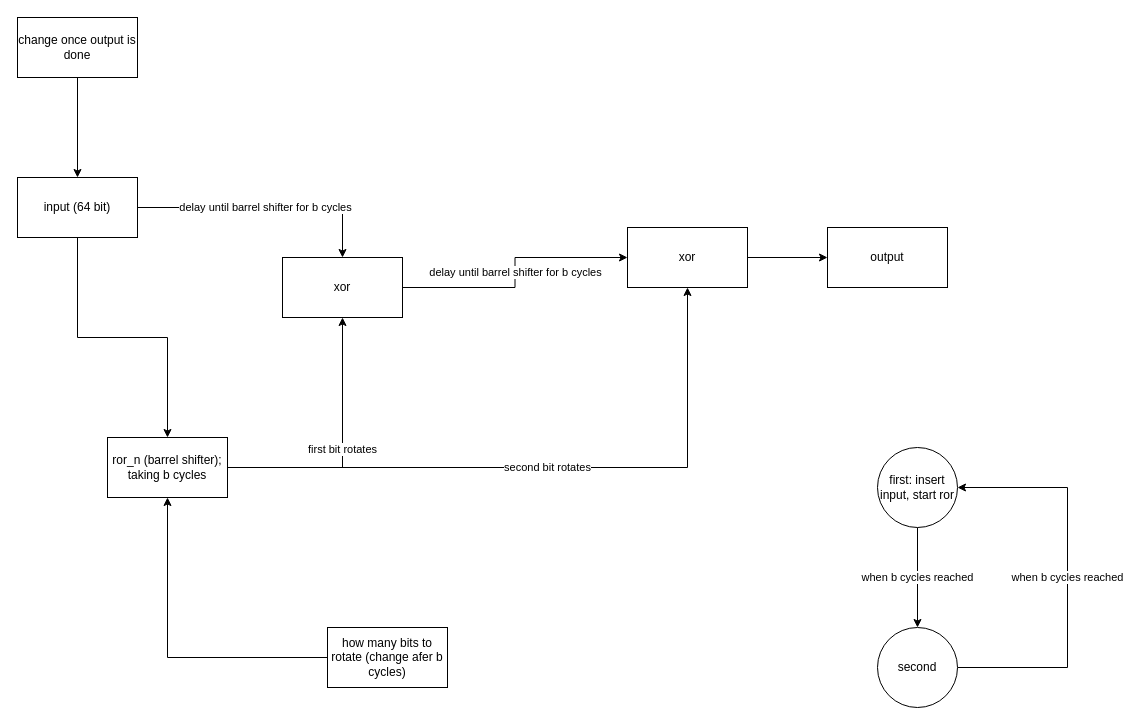
Earlier version of the draw.io diagram crypto-chip/diffusion layer.drawio (Reconfigurable-Computing-CalPoly-Pomona/RECO_LWC_IP). Source tidied: cells renumbered, new cells numbered last; positions are measured from the earlier drawing's top-left corner, leaving out a move shared by most shapes. Both pictures are drawn from the tidied source at 100%, with x=0, y=0 at pixel (17, 17).
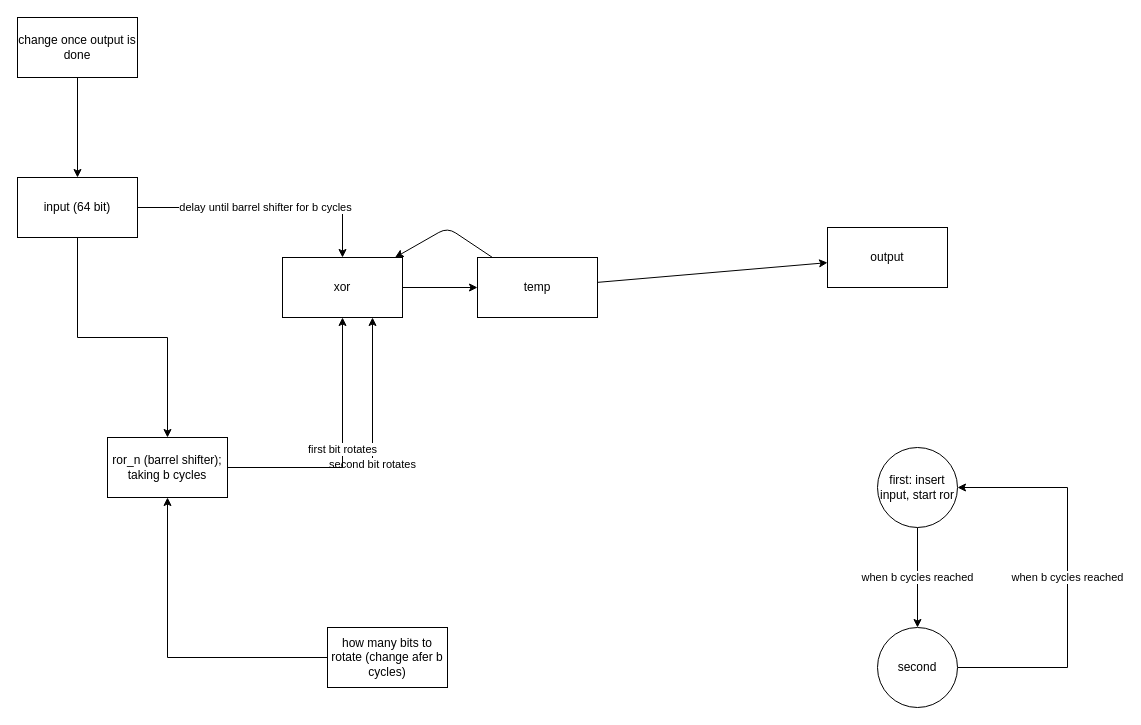
The same page after the edit.

Commit message:
diagram updated with one register

Unchanged cells that the change refers to:
```xml
<mxCell id="6" value="xor" style="rounded=0;whiteSpace=wrap;html=1;" parent="1" vertex="1">
  <mxGeometry x="265" y="240" width="120" height="60" as="geometry" />
</mxCell>
<mxCell id="11" value="ror_n (barrel shifter); taking b cycles" style="rounded=0;whiteSpace=wrap;html=1;" parent="1" vertex="1">
  <mxGeometry x="90" y="420" width="120" height="60" as="geometry" />
</mxCell>
<mxCell id="14" value="output" style="rounded=0;whiteSpace=wrap;html=1;" parent="1" vertex="1">
  <mxGeometry x="810" y="210" width="120" height="60" as="geometry" />
</mxCell>
```

Change to the diagram source:
```diff
@@
-    <mxCell id="5" value="delay until barrel shifter for b cycles" style="edgeStyle=orthogonalEdgeStyle;rounded=0;jettySize=auto;html=1;" parent="1" edge="1" source="6" target="8">
-      <mxGeometry relative="1" as="geometry" />
-    </mxCell>
+    <mxCell id="21" style="edgeStyle=none;html=1;" parent="1" edge="1" source="6" target="24">
+      <mxGeometry relative="1" as="geometry" />
+    </mxCell>
@@
-    <mxCell id="7" style="edgeStyle=orthogonalEdgeStyle;rounded=0;jettySize=auto;html=1;" parent="1" edge="1" source="8" target="14">
-      <mxGeometry relative="1" as="geometry" />
-    </mxCell>
-    <mxCell id="8" value="xor" style="rounded=0;whiteSpace=wrap;html=1;" parent="1" vertex="1">
-      <mxGeometry x="610" y="210" width="120" height="60" as="geometry" />
-    </mxCell>
-    <mxCell id="9" value="second bit rotates" style="edgeStyle=orthogonalEdgeStyle;rounded=0;jettySize=auto;html=1;" parent="1" edge="1" source="11" target="8">
+    <mxCell id="9" value="second bit rotates" style="edgeStyle=orthogonalEdgeStyle;rounded=0;jettySize=auto;html=1;entryX=0.75;entryY=1;entryDx=0;entryDy=0;" parent="1" edge="1" source="11" target="6">
       <mxGeometry relative="1" as="geometry" />
     </mxCell>
@@
+    <mxCell id="22" style="edgeStyle=none;html=1;" parent="1" edge="1" source="24" target="6">
+      <mxGeometry relative="1" as="geometry">
+        <Array as="points">
+          <mxPoint x="430" y="210" />
+        </Array>
+      </mxGeometry>
+    </mxCell>
+    <mxCell id="23" style="edgeStyle=none;html=1;" parent="1" edge="1" source="24" target="14">
+      <mxGeometry relative="1" as="geometry" />
+    </mxCell>
+    <mxCell id="24" value="temp" style="rounded=0;whiteSpace=wrap;html=1;" parent="1" vertex="1">
+      <mxGeometry x="460" y="240" width="120" height="60" as="geometry" />
+    </mxCell>
```
